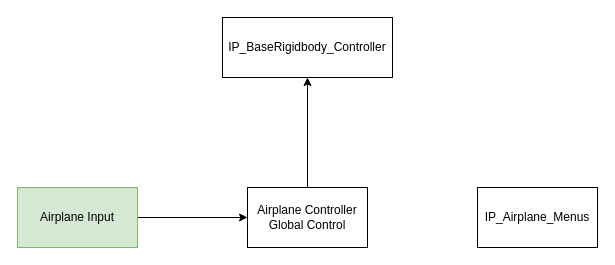
Earlier version of the draw.io diagram Controller_Design.drawio (WagnerDavi/Airplane_Physics_Game). Source tidied: cells renumbered, new cells numbered last; positions are measured from the earlier drawing's top-left corner, leaving out a move shared by most shapes. Both pictures are drawn from the tidied source at 100%, with x=0, y=0 at pixel (17, 17).
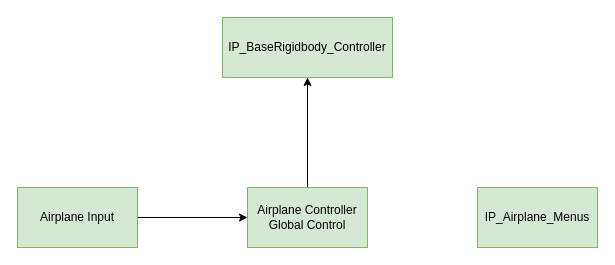
The same page after the edit.

Diff of the diagram source:
```diff
@@
 <mxGraphModel>
   <root>
     <mxCell id="0" />
     <mxCell id="1" parent="0" />
     <mxCell id="2" style="edgeStyle=orthogonalEdgeStyle;rounded=0;jettySize=auto;html=1;entryX=0.5;entryY=1;entryDx=0;entryDy=0;" parent="1" edge="1" source="3" target="4">
       <mxGeometry relative="1" as="geometry" />
     </mxCell>
-    <mxCell id="3" value="Airplane Controller&lt;br&gt;Global Control" style="rounded=0;whiteSpace=wrap;html=1;" parent="1" vertex="1">
+    <mxCell id="3" value="Airplane Controller&lt;br&gt;Global Control" style="rounded=0;whiteSpace=wrap;html=1;fillColor=#d5e8d4;strokeColor=#82b366;" parent="1" vertex="1">
       <mxGeometry x="230" y="170" width="120" height="60" as="geometry" />
     </mxCell>
-    <mxCell id="4" value="IP_BaseRigidbody_Controller" style="rounded=0;whiteSpace=wrap;html=1;" parent="1" vertex="1">
+    <mxCell id="4" value="IP_BaseRigidbody_Controller" style="rounded=0;whiteSpace=wrap;html=1;fillColor=#d5e8d4;strokeColor=#82b366;" parent="1" vertex="1">
       <mxGeometry x="205" width="170" height="60" as="geometry" />
     </mxCell>
     <mxCell id="5" style="edgeStyle=orthogonalEdgeStyle;rounded=0;jettySize=auto;html=1;" parent="1" edge="1" source="6" target="3">
       <mxGeometry relative="1" as="geometry" />
     </mxCell>
     <mxCell id="6" value="Airplane Input" style="rounded=0;whiteSpace=wrap;html=1;fillColor=#d5e8d4;strokeColor=#82b366;" parent="1" vertex="1">
       <mxGeometry y="170" width="120" height="60" as="geometry" />
     </mxCell>
-    <mxCell id="7" value="IP_Airplane_Menus" style="rounded=0;whiteSpace=wrap;html=1;" parent="1" vertex="1">
+    <mxCell id="7" value="IP_Airplane_Menus" style="rounded=0;whiteSpace=wrap;html=1;fillColor=#d5e8d4;strokeColor=#82b366;" parent="1" vertex="1">
       <mxGeometry x="460" y="170" width="120" height="60" as="geometry" />
     </mxCell>
   </root>
 </mxGraphModel>
```
